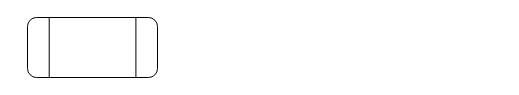
Above: docs/diagrams/LRU.drawio in ivansevryukov1995/cache-sev (draw.io), before the change. Source tidied: cells renumbered, new cells numbered last; positions are measured from the earlier drawing's top-left corner, leaving out a move shared by most shapes. Both pictures are drawn from the tidied source at 100%, with x=0, y=0 at pixel (27, 17).
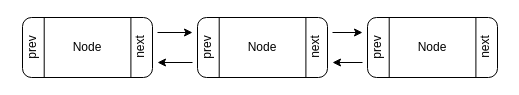
The same diagram, later.

Change to the diagram source:
```diff
@@
+    <mxCell id="5" style="edgeStyle=orthogonalEdgeStyle;rounded=0;jettySize=auto;html=1;exitX=0.25;exitY=0;exitDx=0;exitDy=0;entryX=0.25;entryY=1;entryDx=0;entryDy=0;" parent="1" edge="1" source="12" target="24">
+      <mxGeometry relative="1" as="geometry" />
+    </mxCell>
+    <mxCell id="6" style="edgeStyle=orthogonalEdgeStyle;rounded=0;jettySize=auto;html=1;exitX=0.75;exitY=1;exitDx=0;exitDy=0;entryX=0.75;entryY=0;entryDx=0;entryDy=0;" parent="1" edge="1" source="24" target="12">
+      <mxGeometry relative="1" as="geometry" />
+    </mxCell>
+    <mxCell id="7" style="group;" parent="1" vertex="1">
+      <mxGeometry x="165" width="140" height="60" as="geometry" />
+    </mxCell>
+    <mxCell id="8" style="rounded=1;whiteSpace=wrap;html=1;" parent="7" vertex="1">
+      <mxGeometry x="5" width="130" height="60" as="geometry" />
+    </mxCell>
+    <mxCell id="9" style="rounded=0;whiteSpace=wrap;html=1;" parent="7" vertex="1">
+      <mxGeometry x="26.7" width="86.7" height="60" as="geometry" />
+    </mxCell>
+    <mxCell id="10" value="Node" style="text;html=1;align=center;verticalAlign=middle;whiteSpace=wrap;rounded=0;" parent="7" vertex="1">
+      <mxGeometry x="40" y="15" width="60" height="30" as="geometry" />
+    </mxCell>
+    <mxCell id="11" value="next" style="text;html=1;align=center;verticalAlign=middle;whiteSpace=wrap;rounded=0;rotation=-90;" parent="7" vertex="1">
+      <mxGeometry x="92.5" y="12.5" width="60" height="35" as="geometry" />
+    </mxCell>
+    <mxCell id="12" value="prev" style="text;html=1;align=center;verticalAlign=middle;whiteSpace=wrap;rounded=0;rotation=-90;" parent="7" vertex="1">
+      <mxGeometry x="-15" y="15" width="60" height="30" as="geometry" />
+    </mxCell>
+    <mxCell id="13" style="group;" parent="1" vertex="1">
+      <mxGeometry x="335" width="140" height="60" as="geometry" />
+    </mxCell>
+    <mxCell id="14" style="rounded=1;whiteSpace=wrap;html=1;" parent="13" vertex="1">
+      <mxGeometry x="5" width="130" height="60" as="geometry" />
+    </mxCell>
+    <mxCell id="15" style="rounded=0;whiteSpace=wrap;html=1;" parent="13" vertex="1">
+      <mxGeometry x="26.7" width="86.7" height="60" as="geometry" />
+    </mxCell>
+    <mxCell id="16" value="Node" style="text;html=1;align=center;verticalAlign=middle;whiteSpace=wrap;rounded=0;" parent="13" vertex="1">
+      <mxGeometry x="40" y="15" width="60" height="30" as="geometry" />
+    </mxCell>
+    <mxCell id="17" value="next" style="text;html=1;align=center;verticalAlign=middle;whiteSpace=wrap;rounded=0;rotation=-90;" parent="13" vertex="1">
+      <mxGeometry x="92.5" y="12.5" width="60" height="35" as="geometry" />
+    </mxCell>
+    <mxCell id="18" value="prev" style="text;html=1;align=center;verticalAlign=middle;whiteSpace=wrap;rounded=0;rotation=-90;" parent="13" vertex="1">
+      <mxGeometry x="-15" y="15" width="60" height="30" as="geometry" />
+    </mxCell>
+    <mxCell id="19" style="edgeStyle=orthogonalEdgeStyle;rounded=0;jettySize=auto;html=1;exitX=0.75;exitY=1;exitDx=0;exitDy=0;entryX=0.75;entryY=0;entryDx=0;entryDy=0;" parent="1" edge="1" source="11" target="18">
+      <mxGeometry relative="1" as="geometry" />
+    </mxCell>
+    <mxCell id="20" style="edgeStyle=orthogonalEdgeStyle;rounded=0;jettySize=auto;html=1;exitX=0.25;exitY=0;exitDx=0;exitDy=0;entryX=0.25;entryY=1;entryDx=0;entryDy=0;" parent="1" edge="1" source="18" target="11">
+      <mxGeometry relative="1" as="geometry" />
+    </mxCell>
+    <mxCell id="21" style="group;" parent="1" vertex="1">
+      <mxGeometry x="-10" width="155" height="60" as="geometry" />
+    </mxCell>
-    <mxCell id="2" style="group;" parent="1" vertex="1">
-      <mxGeometry width="130" height="60" as="geometry" />
+    <mxCell id="2" style="group;" parent="21" vertex="1">
+      <mxGeometry x="5" width="150" height="60" as="geometry" />
     </mxCell>
+    <mxCell id="22" style="group;" parent="2" vertex="1">
+      <mxGeometry width="135" height="60" as="geometry" />
+    </mxCell>
-    <mxCell id="3" style="rounded=1;whiteSpace=wrap;html=1;" parent="2" vertex="1">
+    <mxCell id="3" style="rounded=1;whiteSpace=wrap;html=1;" parent="22" vertex="1">
       <mxGeometry width="130" height="60" as="geometry" />
     </mxCell>
-    <mxCell id="4" style="rounded=0;whiteSpace=wrap;html=1;" parent="2" vertex="1">
+    <mxCell id="4" style="rounded=0;whiteSpace=wrap;html=1;" parent="22" vertex="1">
       <mxGeometry x="21.7" width="86.7" height="60" as="geometry" />
     </mxCell>
+    <mxCell id="23" value="Node" style="text;html=1;align=center;verticalAlign=middle;whiteSpace=wrap;rounded=0;" parent="22" vertex="1">
+      <mxGeometry x="35" y="15" width="60" height="30" as="geometry" />
+    </mxCell>
+    <mxCell id="24" value="next" style="text;html=1;align=center;verticalAlign=middle;whiteSpace=wrap;rounded=0;rotation=-90;" parent="22" vertex="1">
+      <mxGeometry x="87.5" y="12.5" width="60" height="35" as="geometry" />
+    </mxCell>
+    <mxCell id="25" style="edgeStyle=orthogonalEdgeStyle;rounded=0;orthogonalLoop=1;jettySize=auto;html=1;exitX=0.5;exitY=1;exitDx=0;exitDy=0;entryX=0.5;entryY=1;entryDx=0;entryDy=0;" parent="22" edge="1" source="24" target="24">
+      <mxGeometry relative="1" as="geometry" />
+    </mxCell>
+    <mxCell id="26" value="prev" style="text;html=1;align=center;verticalAlign=middle;whiteSpace=wrap;rounded=0;rotation=-90;" parent="21" vertex="1">
+      <mxGeometry x="-15" y="15" width="60" height="30" as="geometry" />
+    </mxCell>
```
